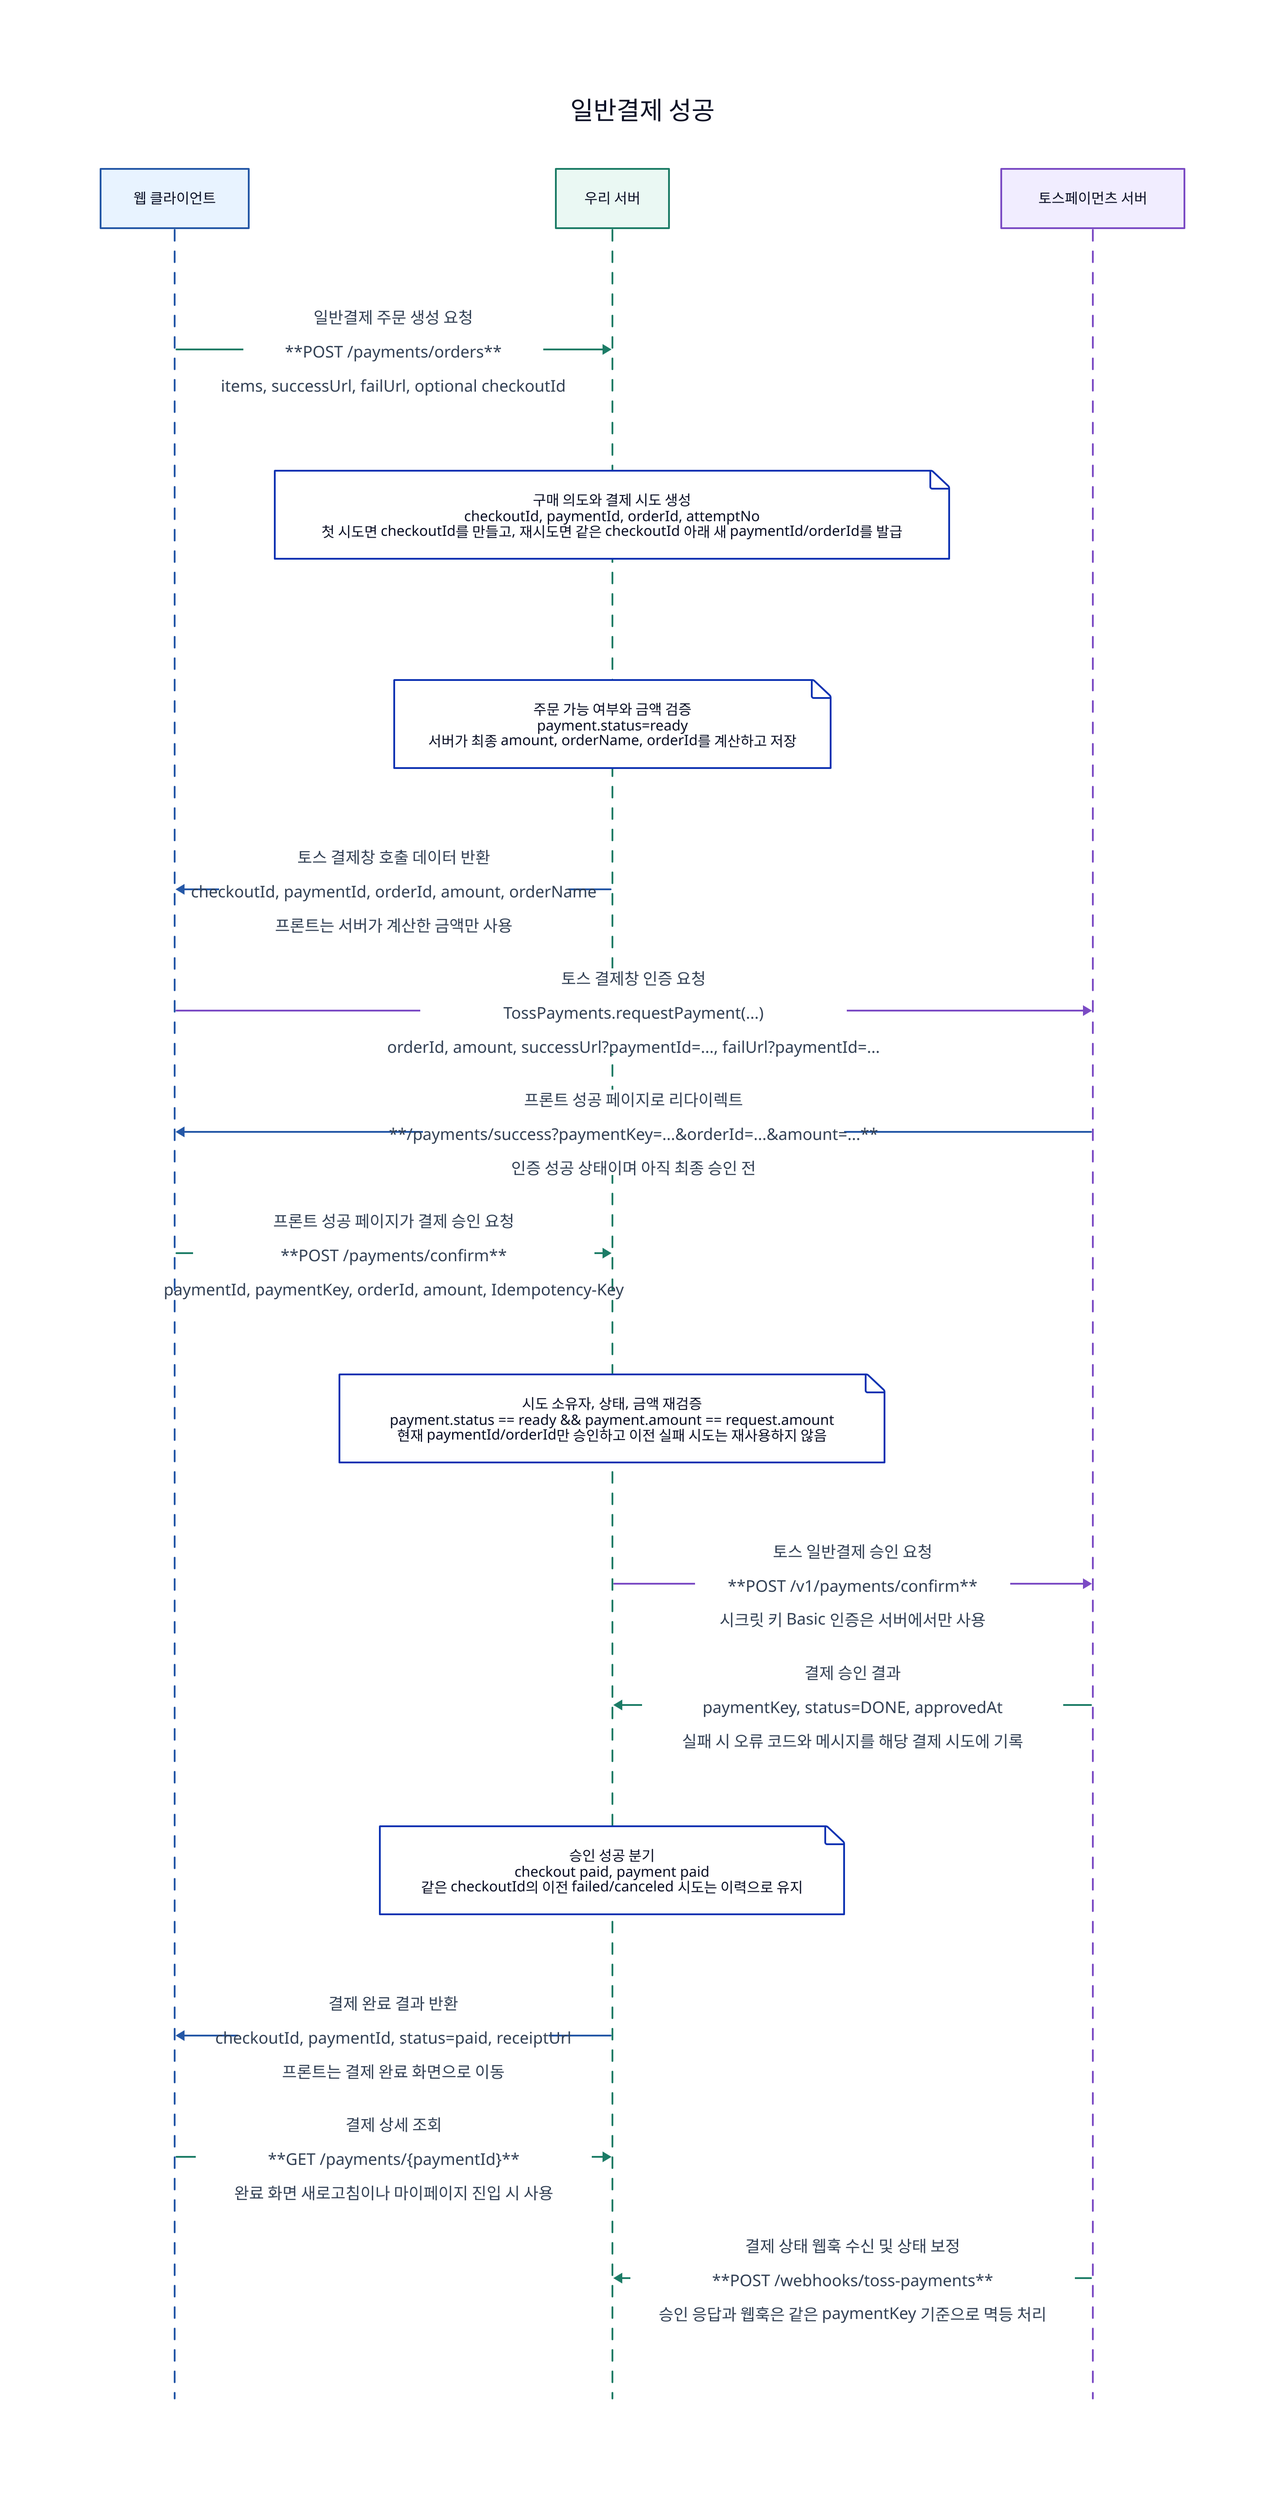
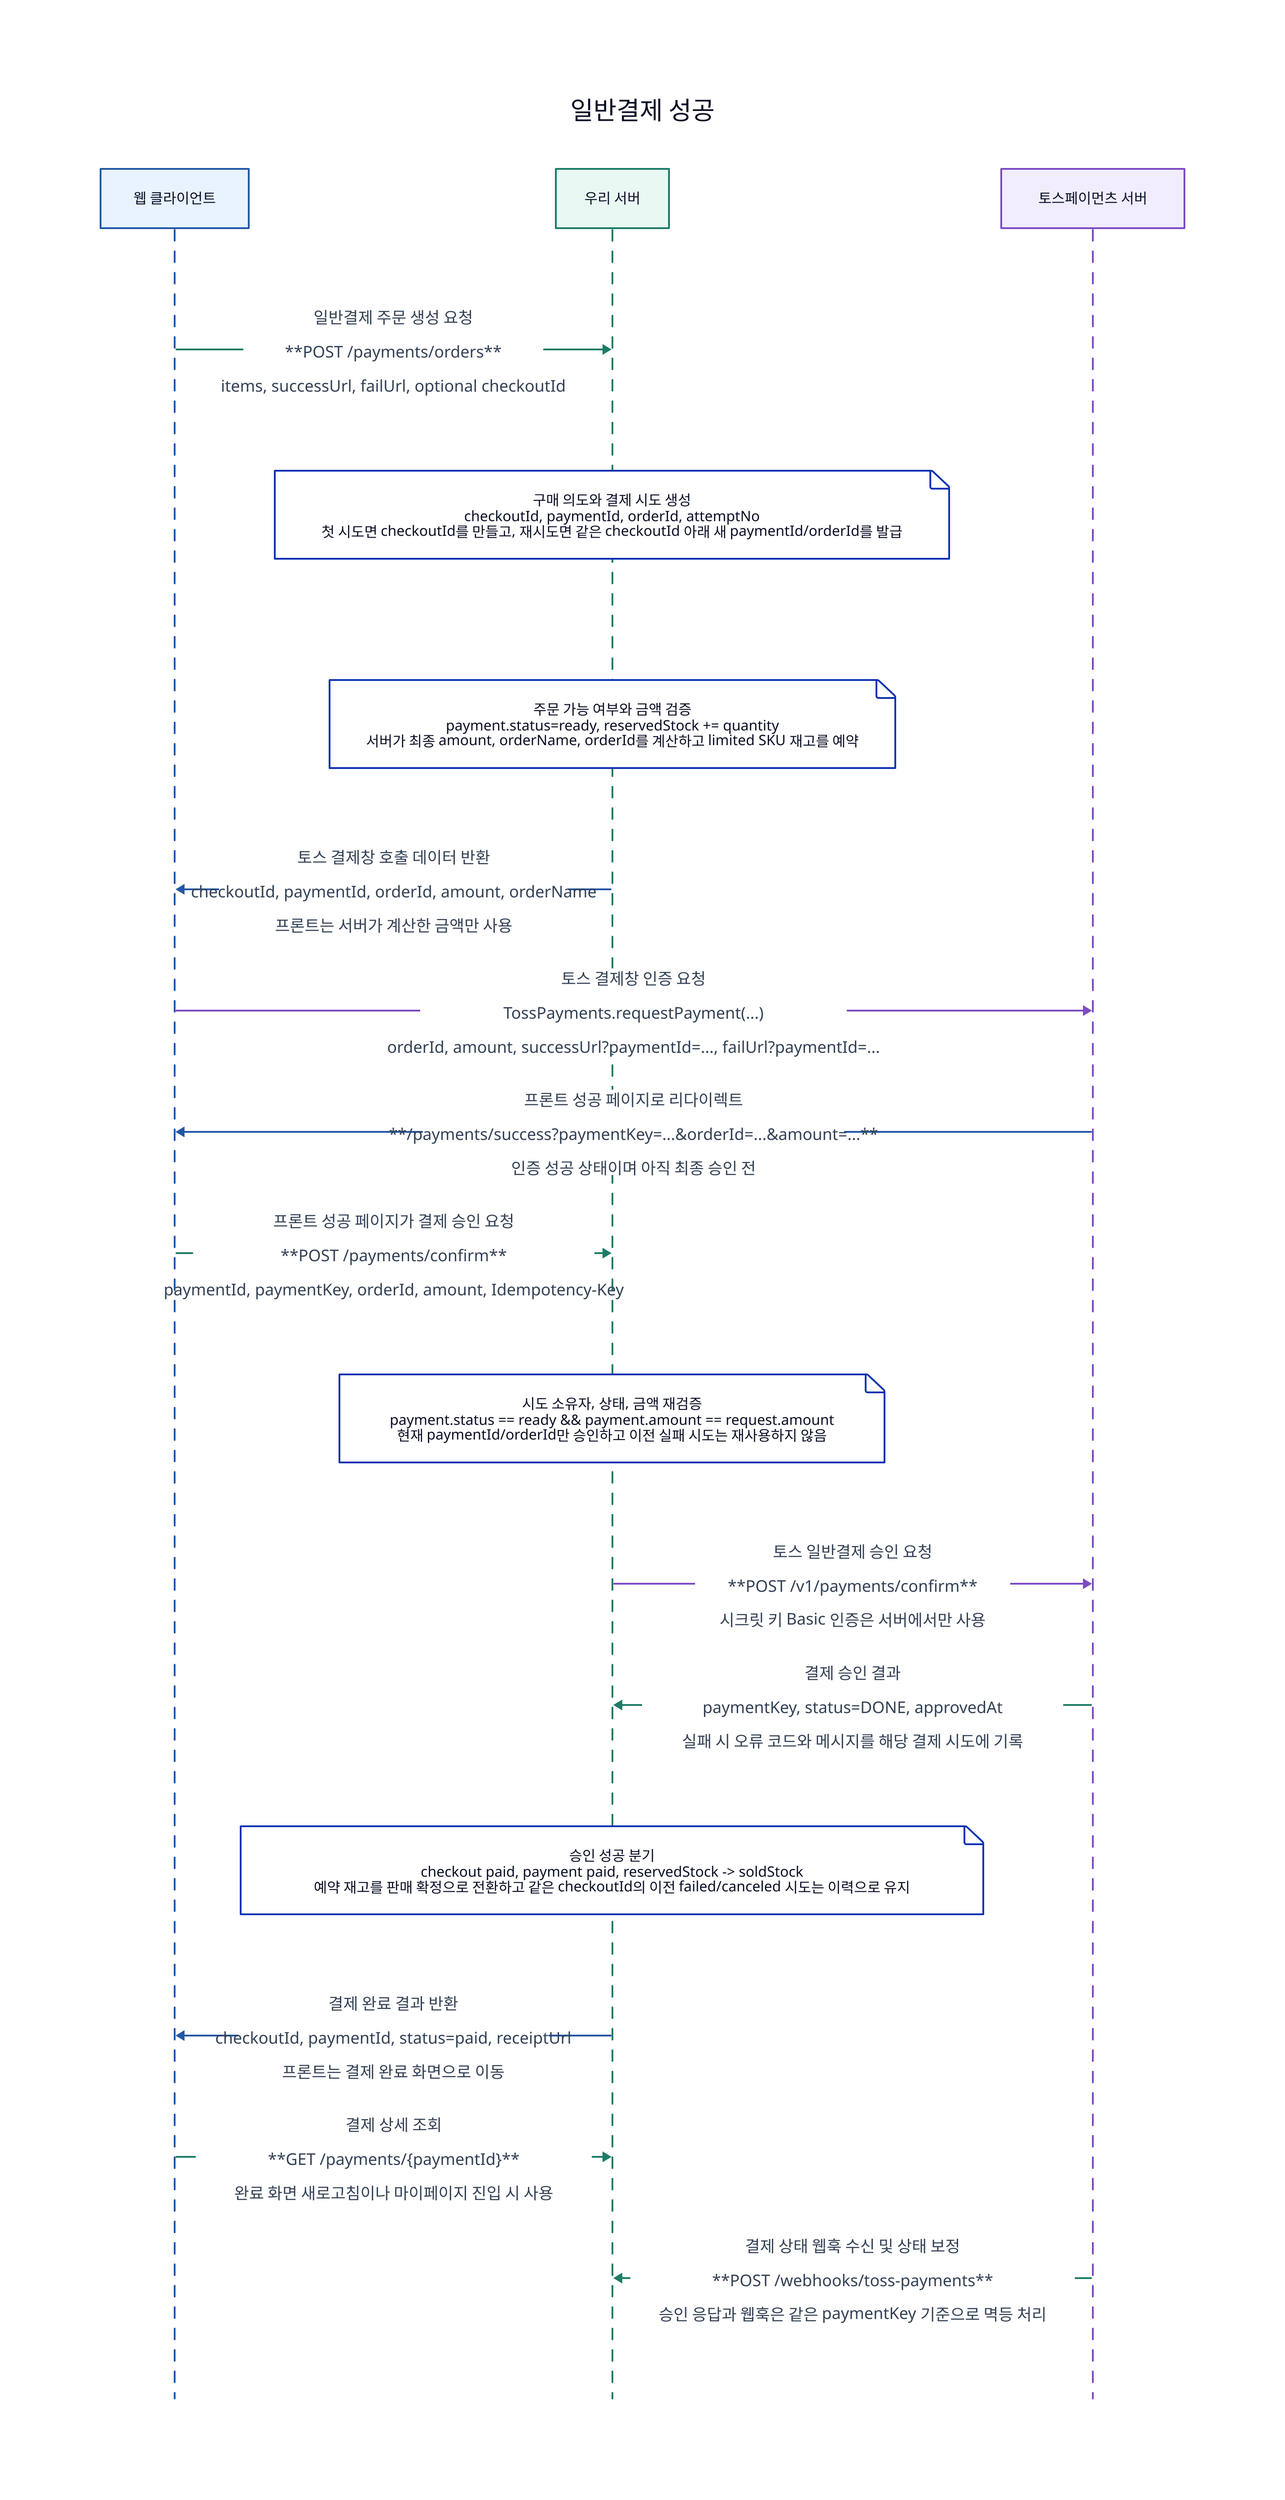
diagram: {
  shape: sequence_diagram
  label: "일반결제 성공"

  client: "웹 클라이언트"
  client.style.fill: "#e8f3ff"
  client.style.stroke: "#2457a6"
  server: "우리 서버"
  server.style.fill: "#eaf8f3"
  server.style.stroke: "#1c7c66"
  toss: "토스페이먼츠 서버"
  toss.style.fill: "#f1edff"
  toss.style.stroke: "#7b4bc4"

  client -> server: |md
일반결제 주문 생성 요청

**POST /payments/orders**

items, successUrl, failUrl, optional checkoutId
| {
    style.stroke: "#1c7c66"
    style.font-color: "#334155"
    style.font-size: 18
    style.italic: false
  }
  server.note_2: "구매 의도와 결제 시도 생성\ncheckoutId, paymentId, orderId, attemptNo\n첫 시도면 checkoutId를 만들고, 재시도면 같은 checkoutId 아래 새 paymentId/orderId를 발급"
-   server.note_3: "주문 가능 여부와 금액 검증\npayment.status=ready\n서버가 최종 amount, orderName, orderId를 계산하고 저장"
+   server.note_3: "주문 가능 여부와 금액 검증\npayment.status=ready, reservedStock += quantity\n서버가 최종 amount, orderName, orderId를 계산하고 limited SKU 재고를 예약"
  server -> client: |md
토스 결제창 호출 데이터 반환

checkoutId, paymentId, orderId, amount, orderName

프론트는 서버가 계산한 금액만 사용
| {
    style.stroke: "#2457a6"
    style.font-color: "#334155"
    style.font-size: 18
    style.italic: false
  }
  client -> toss: |md
토스 결제창 인증 요청

TossPayments.requestPayment(...)

orderId, amount, successUrl?paymentId=..., failUrl?paymentId=...
| {
    style.stroke: "#7b4bc4"
    style.font-color: "#334155"
    style.font-size: 18
    style.italic: false
  }
  toss -> client: |md
프론트 성공 페이지로 리다이렉트

**/payments/success?paymentKey=...&orderId=...&amount=...**

인증 성공 상태이며 아직 최종 승인 전
| {
    style.stroke: "#2457a6"
    style.font-color: "#334155"
    style.font-size: 18
    style.italic: false
  }
  client -> server: |md
프론트 성공 페이지가 결제 승인 요청

**POST /payments/confirm**

paymentId, paymentKey, orderId, amount, Idempotency-Key
| {
    style.stroke: "#1c7c66"
    style.font-color: "#334155"
    style.font-size: 18
    style.italic: false
  }
  server.note_8: "시도 소유자, 상태, 금액 재검증\npayment.status == ready && payment.amount == request.amount\n현재 paymentId/orderId만 승인하고 이전 실패 시도는 재사용하지 않음"
  server -> toss: |md
토스 일반결제 승인 요청

**POST /v1/payments/confirm**

시크릿 키 Basic 인증은 서버에서만 사용
| {
    style.stroke: "#7b4bc4"
    style.font-color: "#334155"
    style.font-size: 18
    style.italic: false
  }
  toss -> server: |md
결제 승인 결과

paymentKey, status=DONE, approvedAt

실패 시 오류 코드와 메시지를 해당 결제 시도에 기록
| {
    style.stroke: "#1c7c66"
    style.font-color: "#334155"
    style.font-size: 18
    style.italic: false
  }
-   server.note_11: "승인 성공 분기\ncheckout paid, payment paid\n같은 checkoutId의 이전 failed/canceled 시도는 이력으로 유지"
+   server.note_11: "승인 성공 분기\ncheckout paid, payment paid, reservedStock -> soldStock\n예약 재고를 판매 확정으로 전환하고 같은 checkoutId의 이전 failed/canceled 시도는 이력으로 유지"
  server -> client: |md
결제 완료 결과 반환

checkoutId, paymentId, status=paid, receiptUrl

프론트는 결제 완료 화면으로 이동
| {
    style.stroke: "#2457a6"
    style.font-color: "#334155"
    style.font-size: 18
    style.italic: false
  }
  client -> server: |md
결제 상세 조회

**GET /payments/{paymentId}**

완료 화면 새로고침이나 마이페이지 진입 시 사용
| {
    style.stroke: "#1c7c66"
    style.font-color: "#334155"
    style.font-size: 18
    style.italic: false
  }
  toss -> server: |md
결제 상태 웹훅 수신 및 상태 보정

**POST /webhooks/toss-payments**

승인 응답과 웹훅은 같은 paymentKey 기준으로 멱등 처리
| {
    style.stroke: "#1c7c66"
    style.font-color: "#334155"
    style.font-size: 18
    style.italic: false
  }
}
